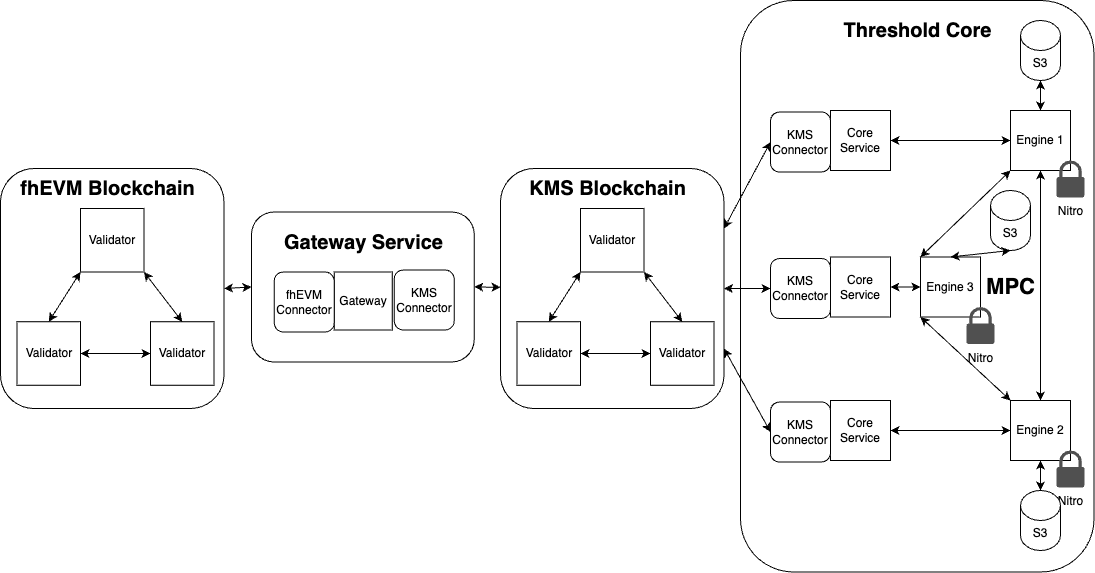
This is threshold.png from zama-ai/fhevm, a draw.io export, as it was before one commit. Source tidied: cells renumbered, new cells last; positions are measured from the earlier drawing's top-left corner, leaving out a move shared by most shapes. Source of this version:
```xml
<mxGraphModel>
  <root>
    <mxCell id="0" />
    <mxCell id="1" parent="0" />
    <mxCell id="2" value="&lt;font style=&quot;font-size: 20px;&quot;&gt;&lt;b&gt;KMS blockchain&lt;/b&gt;&lt;/font&gt;" style="rounded=1;whiteSpace=wrap;html=1;fontColor=none;noLabel=1;labelBackgroundColor=none;" parent="1" vertex="1">
      <mxGeometry x="740" width="353.5" height="571.5" as="geometry" />
    </mxCell>
    <mxCell id="3" value="&lt;font style=&quot;font-size: 20px;&quot;&gt;&lt;b&gt;KMS blockchain&lt;/b&gt;&lt;/font&gt;" style="rounded=1;whiteSpace=wrap;html=1;fontColor=none;noLabel=1;labelBackgroundColor=none;" parent="1" vertex="1">
      <mxGeometry x="251" y="211.5" width="222.8" height="150" as="geometry" />
    </mxCell>
    <mxCell id="4" value="&lt;font style=&quot;font-size: 20px;&quot;&gt;&lt;b&gt;KMS blockchain&lt;/b&gt;&lt;/font&gt;" style="rounded=1;whiteSpace=wrap;html=1;fontColor=none;noLabel=1;labelBackgroundColor=none;" parent="1" vertex="1">
      <mxGeometry x="500" y="168" width="223.5" height="240" as="geometry" />
    </mxCell>
    <mxCell id="5" value="S3" style="shape=cylinder3;whiteSpace=wrap;html=1;boundedLbl=1;backgroundOutline=1;size=15;" parent="1" vertex="1">
      <mxGeometry x="1020" y="20" width="40" height="60" as="geometry" />
    </mxCell>
    <mxCell id="6" value="Engine 1" style="whiteSpace=wrap;html=1;" parent="1" vertex="1">
      <mxGeometry x="1010" y="110" width="60" height="60" as="geometry" />
    </mxCell>
    <mxCell id="7" value="Nitro" style="sketch=0;shadow=0;dashed=0;html=1;strokeColor=none;fillColor=#505050;labelPosition=center;verticalLabelPosition=bottom;verticalAlign=top;align=center;shape=mxgraph.office.security.lock_protected;" parent="1" vertex="1">
      <mxGeometry x="1056" y="160" width="28" height="37" as="geometry" />
    </mxCell>
    <mxCell id="8" value="Engine 3" style="whiteSpace=wrap;html=1;" parent="1" vertex="1">
      <mxGeometry x="920" y="256.5" width="60" height="60" as="geometry" />
    </mxCell>
    <mxCell id="9" value="Nitro" style="sketch=0;shadow=0;dashed=0;html=1;strokeColor=none;fillColor=#505050;labelPosition=center;verticalLabelPosition=bottom;verticalAlign=top;align=center;shape=mxgraph.office.security.lock_protected;" parent="1" vertex="1">
      <mxGeometry x="966" y="306.5" width="28" height="37" as="geometry" />
    </mxCell>
    <mxCell id="10" value="Engine 2" style="whiteSpace=wrap;html=1;" parent="1" vertex="1">
      <mxGeometry x="1010" y="400" width="60" height="60" as="geometry" />
    </mxCell>
    <mxCell id="11" value="Nitro" style="sketch=0;shadow=0;dashed=0;html=1;strokeColor=none;fillColor=#505050;labelPosition=center;verticalLabelPosition=bottom;verticalAlign=top;align=center;shape=mxgraph.office.security.lock_protected;" parent="1" vertex="1">
      <mxGeometry x="1056" y="450" width="28" height="37" as="geometry" />
    </mxCell>
    <mxCell id="12" style="endArrow=classic;startArrow=classic;html=1;rounded=0;exitX=0.5;exitY=0;exitDx=0;exitDy=0;entryX=0.5;entryY=1;entryDx=0;entryDy=0;entryPerimeter=0;" parent="1" edge="1" source="6" target="5">
      <mxGeometry relative="1" as="geometry" />
    </mxCell>
    <mxCell id="13" value="S3" style="shape=cylinder3;whiteSpace=wrap;html=1;boundedLbl=1;backgroundOutline=1;size=15;" parent="1" vertex="1">
      <mxGeometry x="990" y="190" width="40" height="60" as="geometry" />
    </mxCell>
    <mxCell id="14" style="endArrow=classic;startArrow=classic;html=1;rounded=0;exitX=0.5;exitY=0;exitDx=0;exitDy=0;entryX=0.5;entryY=1;entryDx=0;entryDy=0;entryPerimeter=0;" parent="1" edge="1" source="8" target="13">
      <mxGeometry relative="1" as="geometry" />
    </mxCell>
    <mxCell id="15" value="S3" style="shape=cylinder3;whiteSpace=wrap;html=1;boundedLbl=1;backgroundOutline=1;size=15;" parent="1" vertex="1">
      <mxGeometry x="1020" y="490" width="40" height="60" as="geometry" />
    </mxCell>
    <mxCell id="16" style="endArrow=classic;startArrow=classic;html=1;rounded=0;entryX=0.5;entryY=0;entryDx=0;entryDy=0;entryPerimeter=0;" parent="1" edge="1" source="10" target="15">
      <mxGeometry relative="1" as="geometry" />
    </mxCell>
    <mxCell id="17" style="endArrow=classic;startArrow=classic;html=1;rounded=0;exitX=0.5;exitY=0;exitDx=0;exitDy=0;" parent="1" edge="1" source="10" target="6">
      <mxGeometry relative="1" as="geometry" />
    </mxCell>
    <mxCell id="18" style="endArrow=classic;startArrow=classic;html=1;rounded=0;exitX=0;exitY=0;exitDx=0;exitDy=0;entryX=0;entryY=1;entryDx=0;entryDy=0;" parent="1" edge="1" source="8" target="6">
      <mxGeometry relative="1" as="geometry" />
    </mxCell>
    <mxCell id="19" style="endArrow=classic;startArrow=classic;html=1;rounded=0;entryX=0;entryY=0;entryDx=0;entryDy=0;exitX=0;exitY=1;exitDx=0;exitDy=0;" parent="1" edge="1" source="8" target="10">
      <mxGeometry relative="1" as="geometry" />
    </mxCell>
    <mxCell id="20" value="MPC" style="text;html=1;align=center;verticalAlign=middle;strokeColor=none;fillColor=none;fontSize=22;fontStyle=1;" parent="1" vertex="1">
      <mxGeometry x="975" y="266.5" width="70" height="40" as="geometry" />
    </mxCell>
    <mxCell id="21" value="Core Service" style="whiteSpace=wrap;html=1;" parent="1" vertex="1">
      <mxGeometry x="830" y="110" width="60" height="60" as="geometry" />
    </mxCell>
    <mxCell id="22" style="endArrow=classic;startArrow=classic;html=1;rounded=0;exitX=0;exitY=0.5;exitDx=0;exitDy=0;entryX=1;entryY=0.5;entryDx=0;entryDy=0;" parent="1" edge="1" source="6" target="21">
      <mxGeometry relative="1" as="geometry" />
    </mxCell>
    <mxCell id="23" value="Core Service" style="whiteSpace=wrap;html=1;" parent="1" vertex="1">
      <mxGeometry x="830" y="400" width="60" height="60" as="geometry" />
    </mxCell>
    <mxCell id="24" style="endArrow=classic;startArrow=classic;html=1;rounded=0;entryX=1;entryY=0.5;entryDx=0;entryDy=0;exitX=0;exitY=0.5;exitDx=0;exitDy=0;" parent="1" edge="1" source="10" target="23">
      <mxGeometry relative="1" as="geometry" />
    </mxCell>
    <mxCell id="25" value="Core Service" style="whiteSpace=wrap;html=1;" parent="1" vertex="1">
      <mxGeometry x="830" y="256.5" width="60" height="60" as="geometry" />
    </mxCell>
    <mxCell id="26" style="endArrow=classic;startArrow=classic;html=1;rounded=0;" parent="1" edge="1" source="8" target="25">
      <mxGeometry relative="1" as="geometry" />
    </mxCell>
    <mxCell id="27" value="KMS Connector" style="rounded=1;whiteSpace=wrap;html=1;" parent="1" vertex="1">
      <mxGeometry x="770" y="111.5" width="60" height="60" as="geometry" />
    </mxCell>
    <mxCell id="28" value="KMS Connector" style="rounded=1;whiteSpace=wrap;html=1;" parent="1" vertex="1">
      <mxGeometry x="770" y="258" width="60" height="60" as="geometry" />
    </mxCell>
    <mxCell id="29" value="KMS Connector" style="rounded=1;whiteSpace=wrap;html=1;" parent="1" vertex="1">
      <mxGeometry x="770" y="401.5" width="60" height="60" as="geometry" />
    </mxCell>
    <mxCell id="30" value="Validator" style="whiteSpace=wrap;html=1;" parent="1" vertex="1">
      <mxGeometry x="580" y="208" width="63.5" height="63.5" as="geometry" />
    </mxCell>
    <mxCell id="31" value="Validator" style="whiteSpace=wrap;html=1;" parent="1" vertex="1">
      <mxGeometry x="516.5" y="321.2" width="63.5" height="63.5" as="geometry" />
    </mxCell>
    <mxCell id="32" value="Validator" style="whiteSpace=wrap;html=1;" parent="1" vertex="1">
      <mxGeometry x="650" y="321.2" width="63.5" height="63.5" as="geometry" />
    </mxCell>
    <mxCell id="33" style="endArrow=classic;startArrow=classic;html=1;rounded=0;entryX=0;entryY=1;entryDx=0;entryDy=0;exitX=0.5;exitY=0;exitDx=0;exitDy=0;" parent="1" edge="1" source="31" target="30">
      <mxGeometry relative="1" as="geometry" />
    </mxCell>
    <mxCell id="34" style="endArrow=classic;startArrow=classic;html=1;rounded=0;entryX=1;entryY=1;entryDx=0;entryDy=0;exitX=0.5;exitY=0;exitDx=0;exitDy=0;" parent="1" edge="1" source="32" target="30">
      <mxGeometry relative="1" as="geometry" />
    </mxCell>
    <mxCell id="35" style="endArrow=classic;startArrow=classic;html=1;rounded=0;entryX=0;entryY=0.5;entryDx=0;entryDy=0;exitX=1;exitY=0.5;exitDx=0;exitDy=0;" parent="1" edge="1" source="31" target="32">
      <mxGeometry relative="1" as="geometry" />
    </mxCell>
    <mxCell id="36" value="&lt;font style=&quot;font-size: 20px;&quot;&gt;&lt;b&gt;KMS Blockchain&lt;/b&gt;&lt;/font&gt;" style="text;html=1;align=center;verticalAlign=middle;strokeColor=none;fillColor=none;" parent="1" vertex="1">
      <mxGeometry x="516.5" y="168" width="180" height="40" as="geometry" />
    </mxCell>
    <mxCell id="37" style="endArrow=classic;startArrow=classic;html=1;rounded=0;entryX=0;entryY=0.5;entryDx=0;entryDy=0;exitX=1;exitY=0.25;exitDx=0;exitDy=0;" parent="1" edge="1" source="4" target="27">
      <mxGeometry relative="1" as="geometry" />
    </mxCell>
    <mxCell id="38" style="endArrow=classic;startArrow=classic;html=1;rounded=0;entryX=0;entryY=0.5;entryDx=0;entryDy=0;exitX=1;exitY=0.5;exitDx=0;exitDy=0;" parent="1" edge="1" source="4" target="28">
      <mxGeometry relative="1" as="geometry" />
    </mxCell>
    <mxCell id="39" style="endArrow=classic;startArrow=classic;html=1;rounded=0;entryX=0;entryY=0.5;entryDx=0;entryDy=0;exitX=1;exitY=0.75;exitDx=0;exitDy=0;" parent="1" edge="1" source="4" target="29">
      <mxGeometry relative="1" as="geometry" />
    </mxCell>
    <mxCell id="40" value="Gateway" style="whiteSpace=wrap;html=1;" parent="1" vertex="1">
      <mxGeometry x="333.8" y="271.5" width="58" height="58" as="geometry" />
    </mxCell>
    <mxCell id="41" value="KMS Connector" style="rounded=1;whiteSpace=wrap;html=1;" parent="1" vertex="1">
      <mxGeometry x="393.8" y="269.5" width="60" height="60" as="geometry" />
    </mxCell>
    <mxCell id="42" style="endArrow=classic;startArrow=classic;html=1;rounded=0;exitX=1;exitY=0.5;exitDx=0;exitDy=0;" parent="1" edge="1" source="3" target="4">
      <mxGeometry relative="1" as="geometry" />
    </mxCell>
    <mxCell id="43" value="fhEVM Connector" style="rounded=1;whiteSpace=wrap;html=1;" parent="1" vertex="1">
      <mxGeometry x="273.8" y="271.5" width="60" height="60" as="geometry" />
    </mxCell>
    <mxCell id="44" value="&lt;font style=&quot;font-size: 20px;&quot;&gt;&lt;b&gt;Gateway Service&lt;/b&gt;&lt;/font&gt;" style="text;html=1;align=center;verticalAlign=middle;strokeColor=none;fillColor=none;" parent="1" vertex="1">
      <mxGeometry x="272.8" y="221.5" width="180" height="40" as="geometry" />
    </mxCell>
    <mxCell id="45" value="&lt;font style=&quot;font-size: 20px;&quot;&gt;&lt;b&gt;KMS blockchain&lt;/b&gt;&lt;/font&gt;" style="rounded=1;whiteSpace=wrap;html=1;fontColor=none;noLabel=1;labelBackgroundColor=none;" parent="1" vertex="1">
      <mxGeometry y="168" width="223.5" height="240" as="geometry" />
    </mxCell>
    <mxCell id="46" value="Validator" style="whiteSpace=wrap;html=1;" parent="1" vertex="1">
      <mxGeometry x="80" y="208" width="63.5" height="63.5" as="geometry" />
    </mxCell>
    <mxCell id="47" value="Validator" style="whiteSpace=wrap;html=1;" parent="1" vertex="1">
      <mxGeometry x="16.5" y="321.2" width="63.5" height="63.5" as="geometry" />
    </mxCell>
    <mxCell id="48" value="Validator" style="whiteSpace=wrap;html=1;" parent="1" vertex="1">
      <mxGeometry x="150" y="321.2" width="63.5" height="63.5" as="geometry" />
    </mxCell>
    <mxCell id="49" style="endArrow=classic;startArrow=classic;html=1;rounded=0;entryX=0;entryY=1;entryDx=0;entryDy=0;exitX=0.5;exitY=0;exitDx=0;exitDy=0;" parent="1" edge="1" source="47" target="46">
      <mxGeometry relative="1" as="geometry" />
    </mxCell>
    <mxCell id="50" style="endArrow=classic;startArrow=classic;html=1;rounded=0;entryX=1;entryY=1;entryDx=0;entryDy=0;exitX=0.5;exitY=0;exitDx=0;exitDy=0;" parent="1" edge="1" source="48" target="46">
      <mxGeometry relative="1" as="geometry" />
    </mxCell>
    <mxCell id="51" style="endArrow=classic;startArrow=classic;html=1;rounded=0;entryX=0;entryY=0.5;entryDx=0;entryDy=0;exitX=1;exitY=0.5;exitDx=0;exitDy=0;" parent="1" edge="1" source="47" target="48">
      <mxGeometry relative="1" as="geometry" />
    </mxCell>
    <mxCell id="52" value="&lt;font style=&quot;font-size: 20px;&quot;&gt;&lt;b&gt;fhEVM Blockchain&lt;/b&gt;&lt;/font&gt;" style="text;html=1;align=center;verticalAlign=middle;strokeColor=none;fillColor=none;" parent="1" vertex="1">
      <mxGeometry x="6.5" y="168" width="200" height="40" as="geometry" />
    </mxCell>
    <mxCell id="53" style="endArrow=classic;startArrow=classic;html=1;rounded=0;exitX=1;exitY=0.5;exitDx=0;exitDy=0;entryX=0;entryY=0.5;entryDx=0;entryDy=0;" parent="1" edge="1" source="45" target="3">
      <mxGeometry relative="1" as="geometry" />
    </mxCell>
    <mxCell id="54" value="&lt;span style=&quot;font-size: 20px;&quot;&gt;&lt;b&gt;Threshold Core&lt;/b&gt;&lt;/span&gt;" style="text;html=1;align=center;verticalAlign=middle;strokeColor=none;fillColor=none;" parent="1" vertex="1">
      <mxGeometry x="831.8" y="10" width="170" height="40" as="geometry" />
    </mxCell>
  </root>
</mxGraphModel>
```
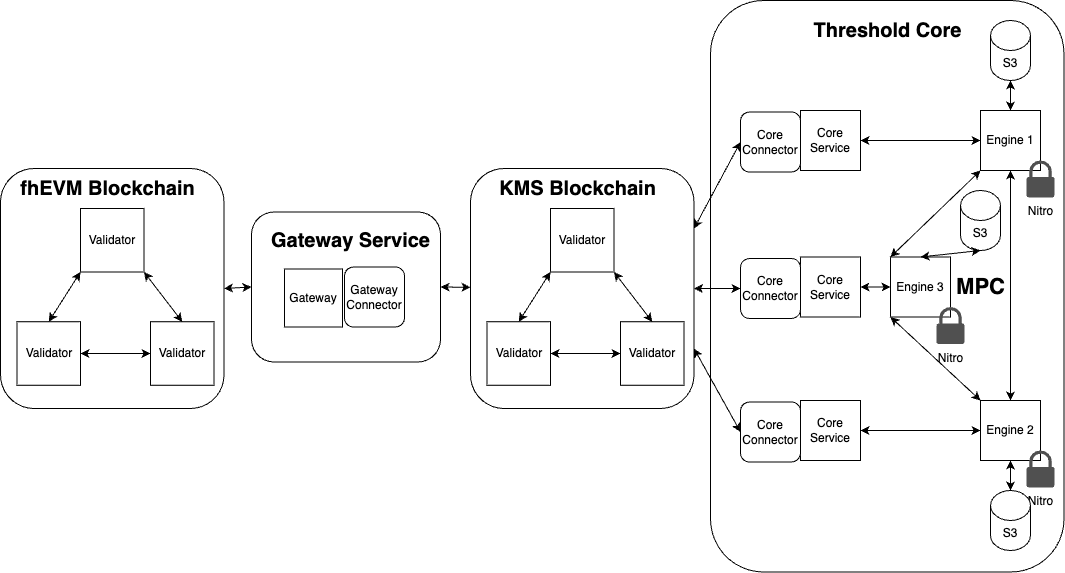
Above is the later version.

What changed in the source:
```diff
@@ -6,7 +6,7 @@
       <mxGeometry x="740" width="353.5" height="571.5" as="geometry" />
     </mxCell>
     <mxCell id="3" value="&lt;font style=&quot;font-size: 20px;&quot;&gt;&lt;b&gt;KMS blockchain&lt;/b&gt;&lt;/font&gt;" style="rounded=1;whiteSpace=wrap;html=1;fontColor=none;noLabel=1;labelBackgroundColor=none;" parent="1" vertex="1">
-      <mxGeometry x="251" y="211.5" width="222.8" height="150" as="geometry" />
+      <mxGeometry x="281" y="211.5" width="189" height="150" as="geometry" />
     </mxCell>
     <mxCell id="4" value="&lt;font style=&quot;font-size: 20px;&quot;&gt;&lt;b&gt;KMS blockchain&lt;/b&gt;&lt;/font&gt;" style="rounded=1;whiteSpace=wrap;html=1;fontColor=none;noLabel=1;labelBackgroundColor=none;" parent="1" vertex="1">
       <mxGeometry x="500" y="168" width="223.5" height="240" as="geometry" />
@@ -77,13 +77,13 @@
     <mxCell id="26" style="endArrow=classic;startArrow=classic;html=1;rounded=0;" parent="1" edge="1" source="8" target="25">
       <mxGeometry relative="1" as="geometry" />
     </mxCell>
-    <mxCell id="27" value="KMS Connector" style="rounded=1;whiteSpace=wrap;html=1;" parent="1" vertex="1">
+    <mxCell id="27" value="Core Connector" style="rounded=1;whiteSpace=wrap;html=1;" parent="1" vertex="1">
       <mxGeometry x="770" y="111.5" width="60" height="60" as="geometry" />
     </mxCell>
-    <mxCell id="28" value="KMS Connector" style="rounded=1;whiteSpace=wrap;html=1;" parent="1" vertex="1">
+    <mxCell id="28" value="Core Connector" style="rounded=1;whiteSpace=wrap;html=1;" parent="1" vertex="1">
       <mxGeometry x="770" y="258" width="60" height="60" as="geometry" />
     </mxCell>
-    <mxCell id="29" value="KMS Connector" style="rounded=1;whiteSpace=wrap;html=1;" parent="1" vertex="1">
+    <mxCell id="29" value="Core Connector" style="rounded=1;whiteSpace=wrap;html=1;" parent="1" vertex="1">
       <mxGeometry x="770" y="401.5" width="60" height="60" as="geometry" />
     </mxCell>
     <mxCell id="30" value="Validator" style="whiteSpace=wrap;html=1;" parent="1" vertex="1">
@@ -117,31 +117,28 @@
       <mxGeometry relative="1" as="geometry" />
     </mxCell>
     <mxCell id="40" value="Gateway" style="whiteSpace=wrap;html=1;" parent="1" vertex="1">
-      <mxGeometry x="333.8" y="271.5" width="58" height="58" as="geometry" />
+      <mxGeometry x="314" y="268.5" width="58" height="58" as="geometry" />
     </mxCell>
-    <mxCell id="41" value="KMS Connector" style="rounded=1;whiteSpace=wrap;html=1;" parent="1" vertex="1">
-      <mxGeometry x="393.8" y="269.5" width="60" height="60" as="geometry" />
+    <mxCell id="41" value="Gateway Connector" style="rounded=1;whiteSpace=wrap;html=1;" parent="1" vertex="1">
+      <mxGeometry x="374" y="266.5" width="60" height="60" as="geometry" />
     </mxCell>
     <mxCell id="42" style="endArrow=classic;startArrow=classic;html=1;rounded=0;exitX=1;exitY=0.5;exitDx=0;exitDy=0;" parent="1" edge="1" source="3" target="4">
       <mxGeometry relative="1" as="geometry" />
     </mxCell>
-    <mxCell id="43" value="fhEVM Connector" style="rounded=1;whiteSpace=wrap;html=1;" parent="1" vertex="1">
-      <mxGeometry x="273.8" y="271.5" width="60" height="60" as="geometry" />
-    </mxCell>
     <mxCell id="44" value="&lt;font style=&quot;font-size: 20px;&quot;&gt;&lt;b&gt;Gateway Service&lt;/b&gt;&lt;/font&gt;" style="text;html=1;align=center;verticalAlign=middle;strokeColor=none;fillColor=none;" parent="1" vertex="1">
-      <mxGeometry x="272.8" y="221.5" width="180" height="40" as="geometry" />
+      <mxGeometry x="290" y="219.8" width="180" height="40" as="geometry" />
     </mxCell>
     <mxCell id="45" value="&lt;font style=&quot;font-size: 20px;&quot;&gt;&lt;b&gt;KMS blockchain&lt;/b&gt;&lt;/font&gt;" style="rounded=1;whiteSpace=wrap;html=1;fontColor=none;noLabel=1;labelBackgroundColor=none;" parent="1" vertex="1">
-      <mxGeometry y="168" width="223.5" height="240" as="geometry" />
+      <mxGeometry x="30" y="168" width="223.5" height="240" as="geometry" />
     </mxCell>
     <mxCell id="46" value="Validator" style="whiteSpace=wrap;html=1;" parent="1" vertex="1">
-      <mxGeometry x="80" y="208" width="63.5" height="63.5" as="geometry" />
+      <mxGeometry x="110" y="208" width="63.5" height="63.5" as="geometry" />
     </mxCell>
     <mxCell id="47" value="Validator" style="whiteSpace=wrap;html=1;" parent="1" vertex="1">
-      <mxGeometry x="16.5" y="321.2" width="63.5" height="63.5" as="geometry" />
+      <mxGeometry x="46.5" y="321.2" width="63.5" height="63.5" as="geometry" />
     </mxCell>
     <mxCell id="48" value="Validator" style="whiteSpace=wrap;html=1;" parent="1" vertex="1">
-      <mxGeometry x="150" y="321.2" width="63.5" height="63.5" as="geometry" />
+      <mxGeometry x="180" y="321.2" width="63.5" height="63.5" as="geometry" />
     </mxCell>
     <mxCell id="49" style="endArrow=classic;startArrow=classic;html=1;rounded=0;entryX=0;entryY=1;entryDx=0;entryDy=0;exitX=0.5;exitY=0;exitDx=0;exitDy=0;" parent="1" edge="1" source="47" target="46">
       <mxGeometry relative="1" as="geometry" />
@@ -153,7 +150,7 @@
       <mxGeometry relative="1" as="geometry" />
     </mxCell>
     <mxCell id="52" value="&lt;font style=&quot;font-size: 20px;&quot;&gt;&lt;b&gt;fhEVM Blockchain&lt;/b&gt;&lt;/font&gt;" style="text;html=1;align=center;verticalAlign=middle;strokeColor=none;fillColor=none;" parent="1" vertex="1">
-      <mxGeometry x="6.5" y="168" width="200" height="40" as="geometry" />
+      <mxGeometry x="36.5" y="168" width="200" height="40" as="geometry" />
     </mxCell>
     <mxCell id="53" style="endArrow=classic;startArrow=classic;html=1;rounded=0;exitX=1;exitY=0.5;exitDx=0;exitDy=0;entryX=0;entryY=0.5;entryDx=0;entryDy=0;" parent="1" edge="1" source="45" target="3">
       <mxGeometry relative="1" as="geometry" />
```
